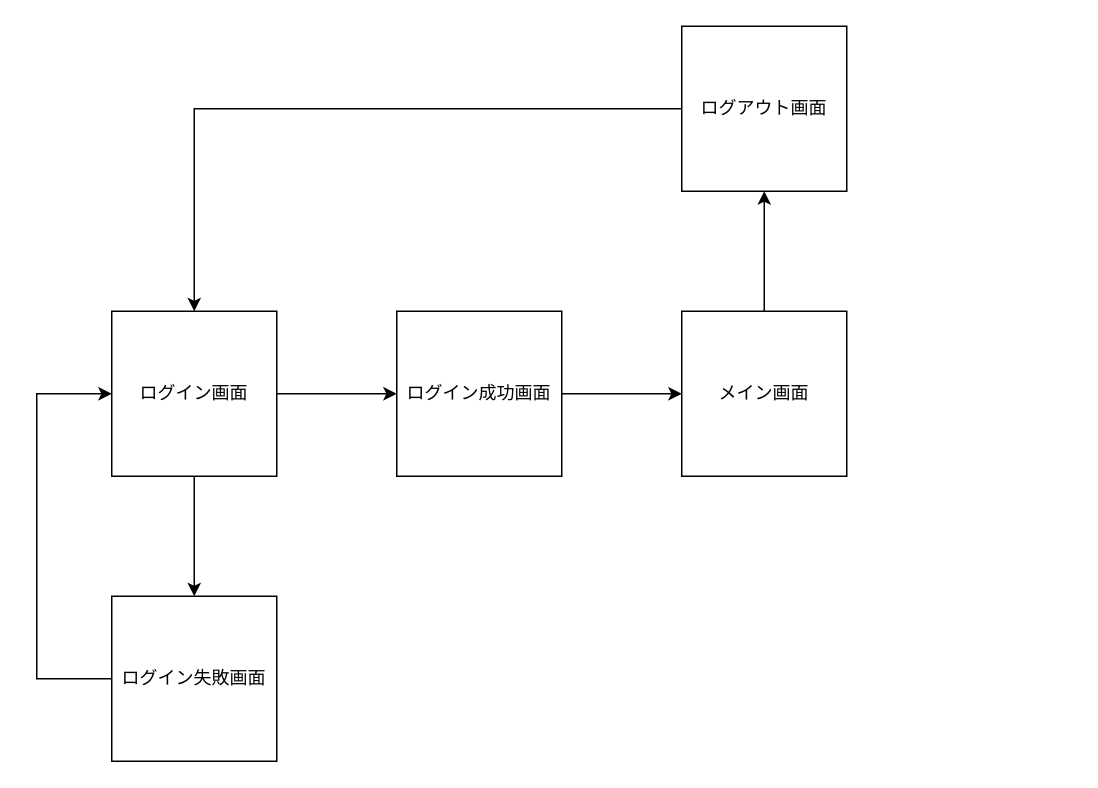
The draw.io diagram seni1.drawio in Holy0343/Product1, before the edit. Source tidied: cells renumbered, new cells numbered last; positions are measured from the earlier drawing's top-left corner, leaving out a move shared by most shapes. Both pictures are drawn from the tidied source at 150%, with x=0, y=0 at pixel (36, 26).
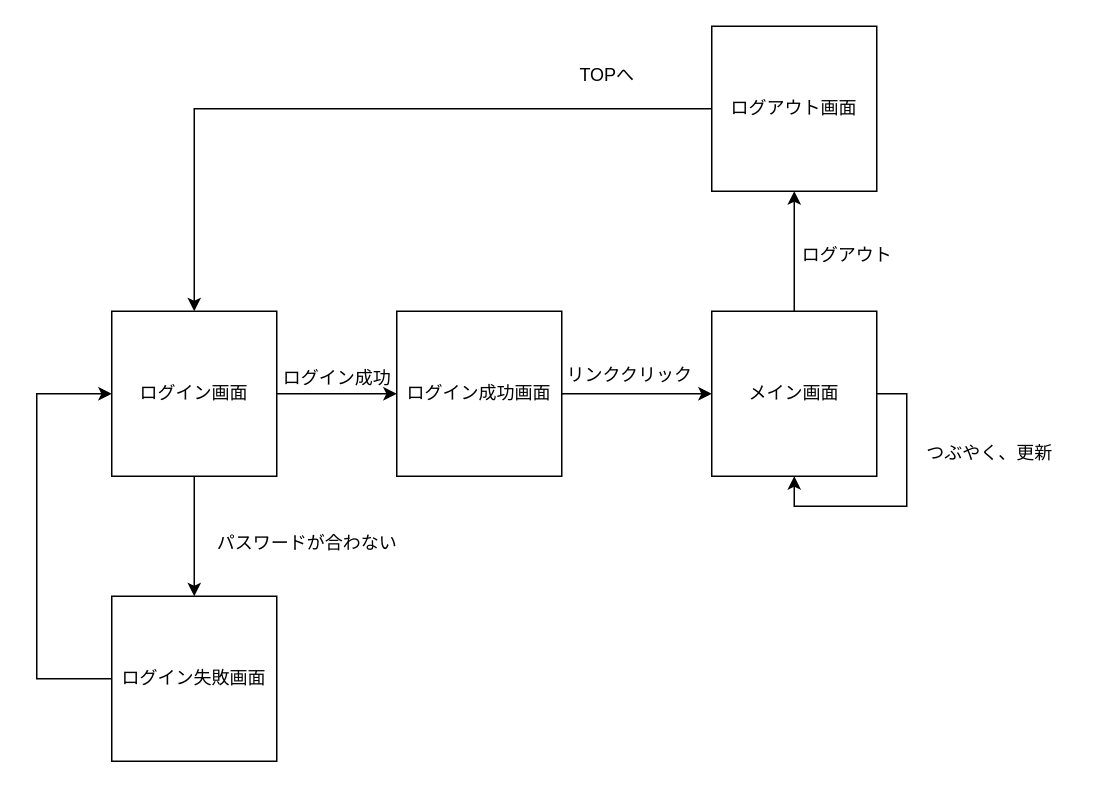
The same diagram, later.

Commit message (it also covers changes not shown here):
seni1.drawio を更新します

Diff of the diagram source:
```diff
@@
+    <mxCell id="13" style="edgeStyle=orthogonalEdgeStyle;rounded=0;orthogonalLoop=1;jettySize=auto;html=1;entryX=0.5;entryY=1;entryDx=0;entryDy=0;exitX=1;exitY=0.5;exitDx=0;exitDy=0;" parent="1" edge="1" source="10" target="10">
+      <mxGeometry relative="1" as="geometry" />
+    </mxCell>
     <mxCell id="10" value="メイン&lt;span style=&quot;background-color: initial;&quot;&gt;画面&lt;/span&gt;" style="whiteSpace=wrap;html=1;" parent="1" vertex="1">
-      <mxGeometry x="430" y="190" width="110" height="110" as="geometry" />
+      <mxGeometry x="450" y="190" width="110" height="110" as="geometry" />
     </mxCell>
@@
     <mxCell id="12" value="&lt;span style=&quot;background-color: initial;&quot;&gt;ログアウト画面&lt;/span&gt;" style="whiteSpace=wrap;html=1;" parent="1" vertex="1">
-      <mxGeometry x="430" width="110" height="110" as="geometry" />
+      <mxGeometry x="450" width="110" height="110" as="geometry" />
     </mxCell>
+    <mxCell id="14" value="パスワードが合わない" style="text;html=1;align=center;verticalAlign=middle;strokeColor=none;fillColor=none;" parent="1" vertex="1">
+      <mxGeometry x="110" y="330" width="140" height="30" as="geometry" />
+    </mxCell>
+    <mxCell id="15" value="ログイン成功" style="text;html=1;align=center;verticalAlign=middle;strokeColor=none;fillColor=none;" parent="1" vertex="1">
+      <mxGeometry x="150" y="220" width="100" height="30" as="geometry" />
+    </mxCell>
+    <mxCell id="16" value="リンククリック" style="text;html=1;align=center;verticalAlign=middle;strokeColor=none;fillColor=none;" parent="1" vertex="1">
+      <mxGeometry x="340" y="218" width="110" height="30" as="geometry" />
+    </mxCell>
+    <mxCell id="17" value="つぶやく、更新" style="text;html=1;align=center;verticalAlign=middle;strokeColor=none;fillColor=none;" parent="1" vertex="1">
+      <mxGeometry x="580" y="270" width="110" height="30" as="geometry" />
+    </mxCell>
+    <mxCell id="18" value="ログアウト" style="text;html=1;align=center;verticalAlign=middle;strokeColor=none;fillColor=none;" parent="1" vertex="1">
+      <mxGeometry x="500" y="138" width="80" height="30" as="geometry" />
+    </mxCell>
+    <mxCell id="19" value="TOPへ" style="text;html=1;align=center;verticalAlign=middle;strokeColor=none;fillColor=none;" parent="1" vertex="1">
+      <mxGeometry x="350" y="18" width="60" height="30" as="geometry" />
+    </mxCell>
```
